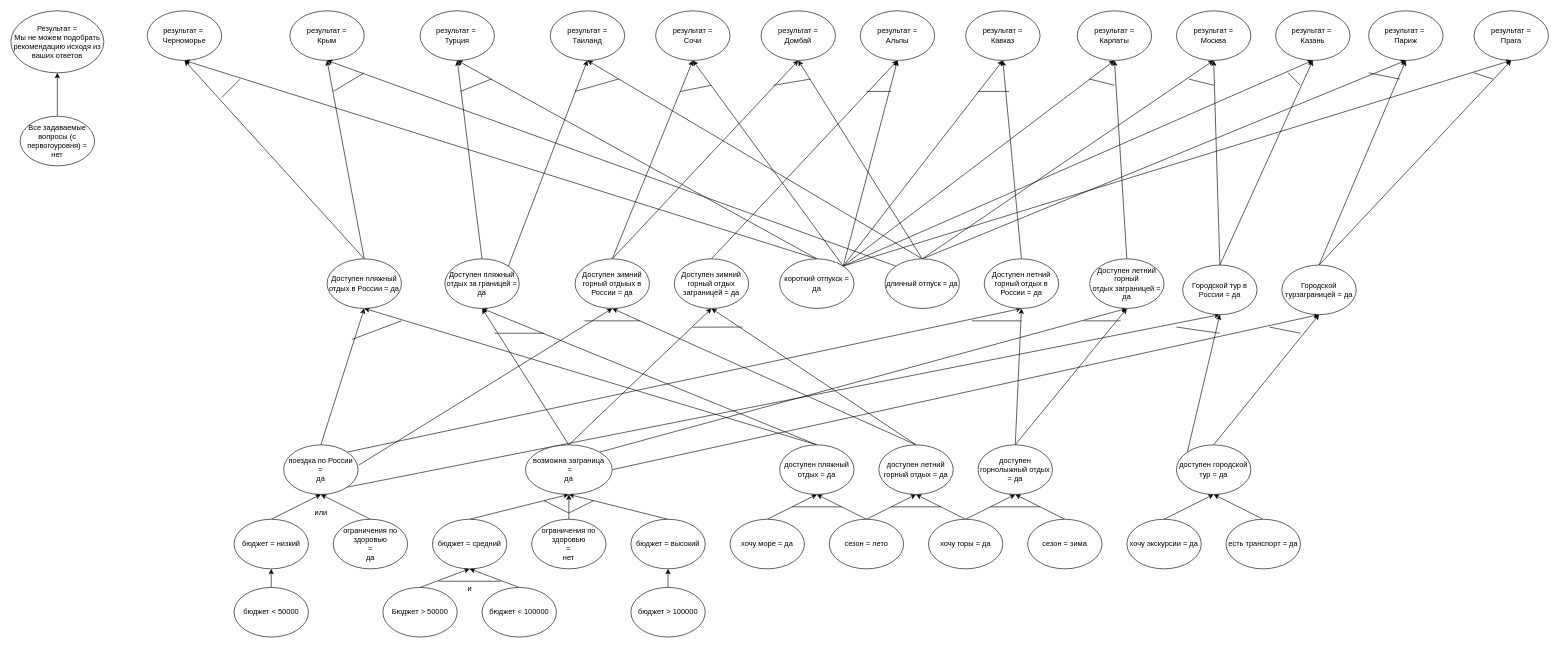
Above: lab1/if_or_tree.drawio in Zahar-Bratchikov/intelligent-information-systems (draw.io), before the change. Source tidied: cells renumbered, new cells numbered last; positions are measured from the earlier drawing's top-left corner, leaving out a move shared by most shapes. Both pictures are drawn from the tidied source at 62%, with x=0, y=0 at pixel (11, 11).
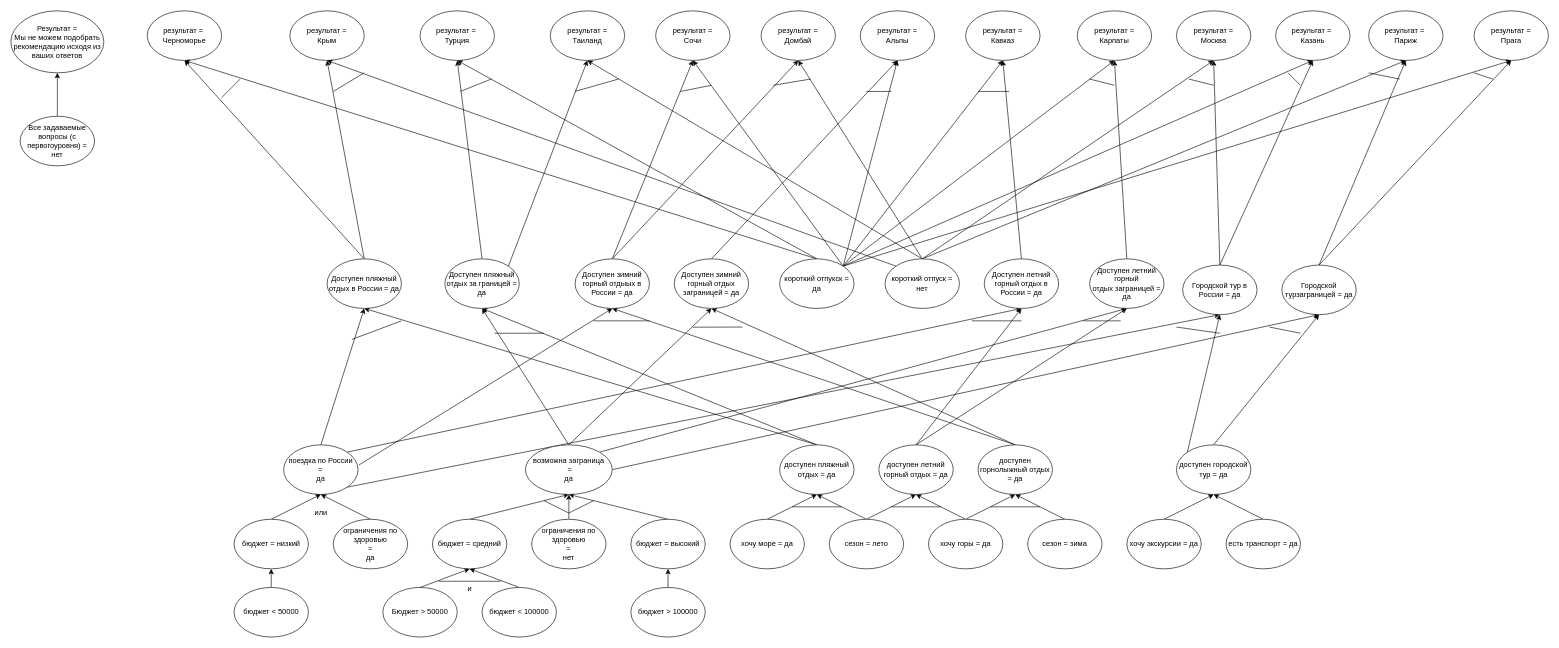
The same diagram, later.

The change refers to these unchanged cells:
```xml
<mxCell id="51" value="доступен летний горный отдых = да" style="ellipse;whiteSpace=wrap;html=1;" parent="1" vertex="1">
  <mxGeometry x="1400" y="700" width="120" height="80" as="geometry" />
</mxCell>
<mxCell id="54" value="доступен горнолыжный отдых = да" style="ellipse;whiteSpace=wrap;html=1;" parent="1" vertex="1">
  <mxGeometry x="1560" y="700" width="120" height="80" as="geometry" />
</mxCell>
<mxCell id="74" value="Доступен зимний горный отдыых в России = да" style="ellipse;whiteSpace=wrap;html=1;" parent="1" vertex="1">
  <mxGeometry x="910" y="400" width="120" height="80" as="geometry" />
</mxCell>
<mxCell id="77" value="Доступен зимний горный отдых заграницей = да" style="ellipse;whiteSpace=wrap;html=1;" parent="1" vertex="1">
  <mxGeometry x="1070" y="400" width="120" height="80" as="geometry" />
</mxCell>
<mxCell id="80" value="Доступен летний горный отдых в России = да" style="ellipse;whiteSpace=wrap;html=1;" parent="1" vertex="1">
  <mxGeometry x="1570" y="400" width="120" height="80" as="geometry" />
</mxCell>
<mxCell id="82" value="&lt;font style=&quot;color: light-dark(rgb(0, 0, 0), rgb(255, 255, 255));&quot;&gt;&lt;span&gt;&lt;font style=&quot;&quot;&gt;Доступен летний горный отдых&amp;nbsp;&lt;/font&gt;&lt;/span&gt;заграницей = да&lt;/font&gt;" style="ellipse;whiteSpace=wrap;html=1;" parent="1" vertex="1">
  <mxGeometry x="1740" y="400" width="120" height="80" as="geometry" />
</mxCell>
```

Diff of the diagram source:
```diff
@@
-    <mxCell id="49" style="edgeStyle=none;html=1;exitX=0.5;exitY=0;exitDx=0;exitDy=0;entryX=0.5;entryY=1;entryDx=0;entryDy=0;" parent="1" edge="1" source="51" target="74">
+    <mxCell id="49" style="edgeStyle=none;html=1;exitX=0.5;exitY=0;exitDx=0;exitDy=0;entryX=0.5;entryY=1;entryDx=0;entryDy=0;" parent="1" edge="1" source="54" target="74">
       <mxGeometry relative="1" as="geometry" />
     </mxCell>
-    <mxCell id="50" style="edgeStyle=none;html=1;exitX=0.5;exitY=0;exitDx=0;exitDy=0;entryX=0.5;entryY=1;entryDx=0;entryDy=0;" parent="1" edge="1" source="51" target="77">
+    <mxCell id="50" style="edgeStyle=none;html=1;exitX=0.5;exitY=0;exitDx=0;exitDy=0;entryX=0.5;entryY=1;entryDx=0;entryDy=0;" parent="1" edge="1" source="51" target="80">
       <mxGeometry relative="1" as="geometry" />
     </mxCell>
@@
-    <mxCell id="52" style="edgeStyle=none;html=1;exitX=0.5;exitY=0;exitDx=0;exitDy=0;entryX=0.5;entryY=1;entryDx=0;entryDy=0;" parent="1" edge="1" source="54" target="80">
+    <mxCell id="52" style="edgeStyle=none;html=1;exitX=0.5;exitY=0;exitDx=0;exitDy=0;entryX=0.5;entryY=1;entryDx=0;entryDy=0;" parent="1" edge="1" source="54" target="77">
       <mxGeometry relative="1" as="geometry" />
     </mxCell>
-    <mxCell id="53" style="edgeStyle=none;html=1;exitX=0.5;exitY=0;exitDx=0;exitDy=0;entryX=0.5;entryY=1;entryDx=0;entryDy=0;" parent="1" edge="1" source="54" target="82">
+    <mxCell id="53" style="edgeStyle=none;html=1;exitX=0.5;exitY=0;exitDx=0;exitDy=0;entryX=0.5;entryY=1;entryDx=0;entryDy=0;" parent="1" edge="1" source="51" target="82">
       <mxGeometry relative="1" as="geometry" />
     </mxCell>
@@
     <mxCell id="75" style="endArrow=none;html=1;" parent="1" edge="1">
       <mxGeometry relative="1" as="geometry">
-        <mxPoint x="925" y="500" as="sourcePoint" />
-        <mxPoint x="1015" y="500" as="targetPoint" />
+        <mxPoint x="940" y="500" as="sourcePoint" />
+        <mxPoint x="1030" y="500" as="targetPoint" />
       </mxGeometry>
     </mxCell>
@@
-    <mxCell id="120" value="длинный отпуск = да" style="ellipse;whiteSpace=wrap;html=1;" parent="1" vertex="1">
+    <mxCell id="120" value="короткий отпуск = нет" style="ellipse;whiteSpace=wrap;html=1;" parent="1" vertex="1">
       <mxGeometry x="1410" y="400" width="120" height="80" as="geometry" />
     </mxCell>
```
